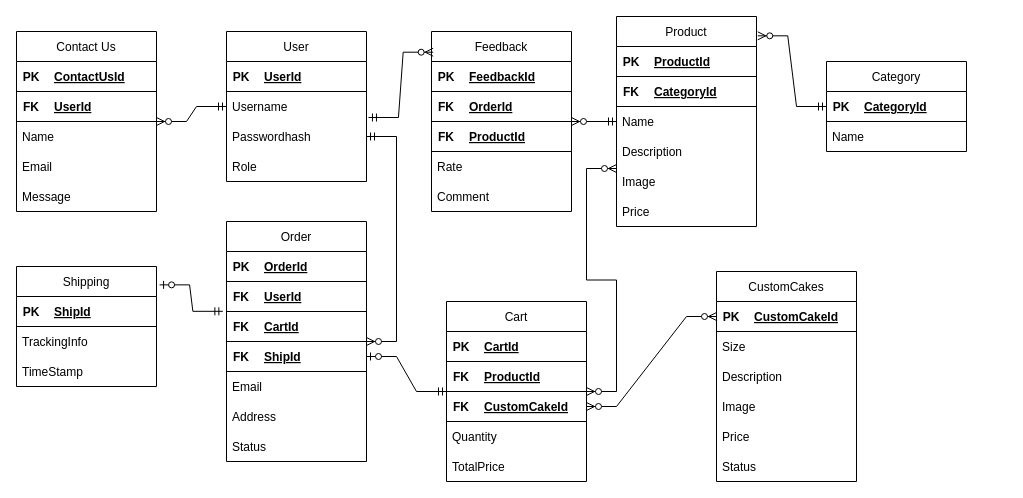
Before: ERD.drawio in D3153/storefront-bakery, a draw.io diagram. Source tidied: cells renumbered, new cells numbered last; positions are measured from the earlier drawing's top-left corner, leaving out a move shared by most shapes. Both pictures are drawn from the tidied source at 100%, with x=0, y=0 at pixel (16, 16).
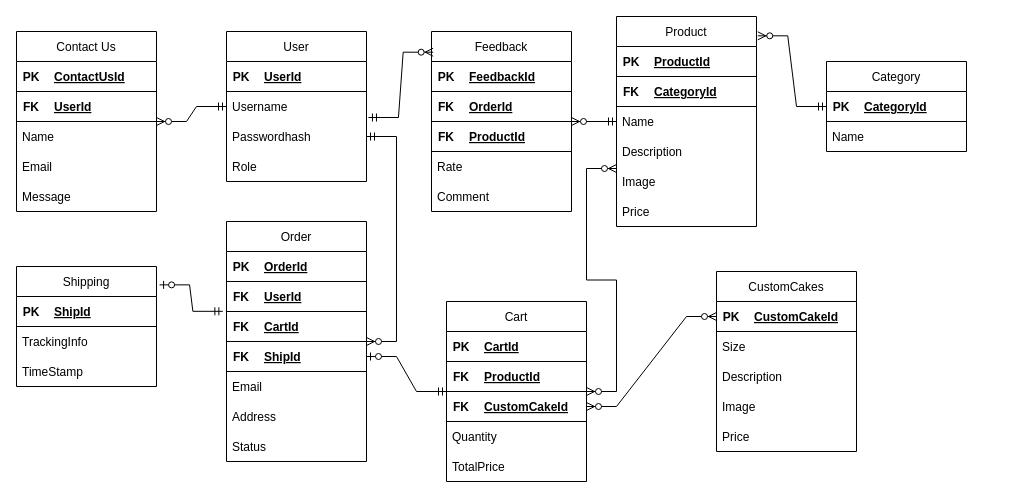
The same diagram, later.

The edit, as a diff of the source:
```diff
@@
     <mxCell id="81" value="CustomCakes" style="swimlane;fontStyle=0;horizontal=1;startSize=30;" parent="1" vertex="1">
-      <mxGeometry x="700" y="255" width="140" height="210" as="geometry" />
+      <mxGeometry x="700" y="255" width="140" height="180" as="geometry" />
     </mxCell>
@@
-    <mxCell id="89" value="Status" style="text;strokeColor=none;fillColor=none;align=left;verticalAlign=middle;spacingLeft=4;spacingRight=4;overflow=hidden;" parent="81" vertex="1">
-      <mxGeometry y="180" width="140" height="30" as="geometry" />
-    </mxCell>
```
